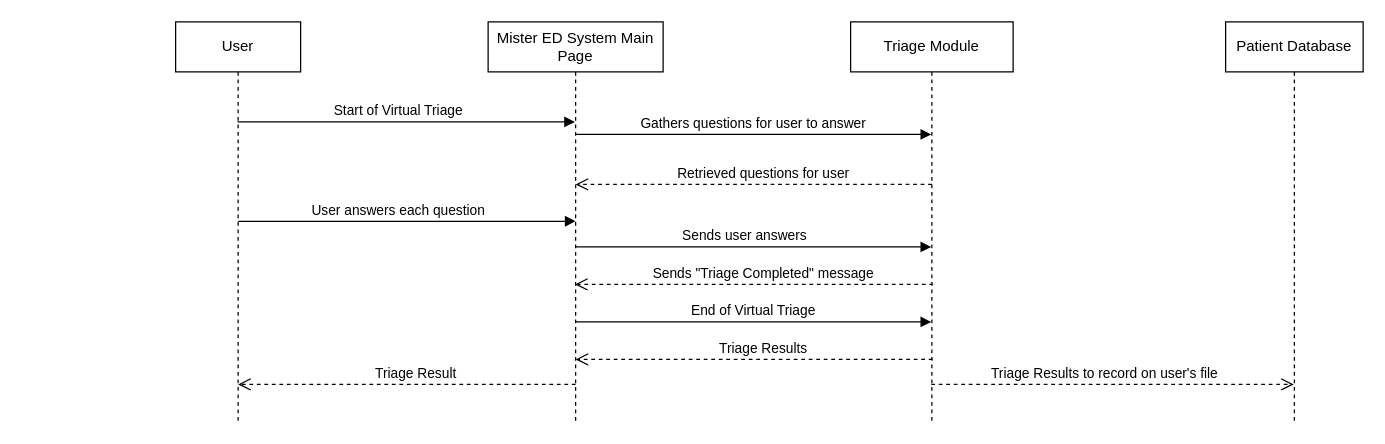
This is Untitled Diagram.drawio from uvic-teach/project-m1-team8, a draw.io file, before an edit. Source tidied: cells renumbered, new cells numbered last; positions are measured from the earlier drawing's top-left corner, leaving out a move shared by most shapes. Both pictures are drawn from the tidied source at 125%, with x=0, y=0 at pixel (175, 21).
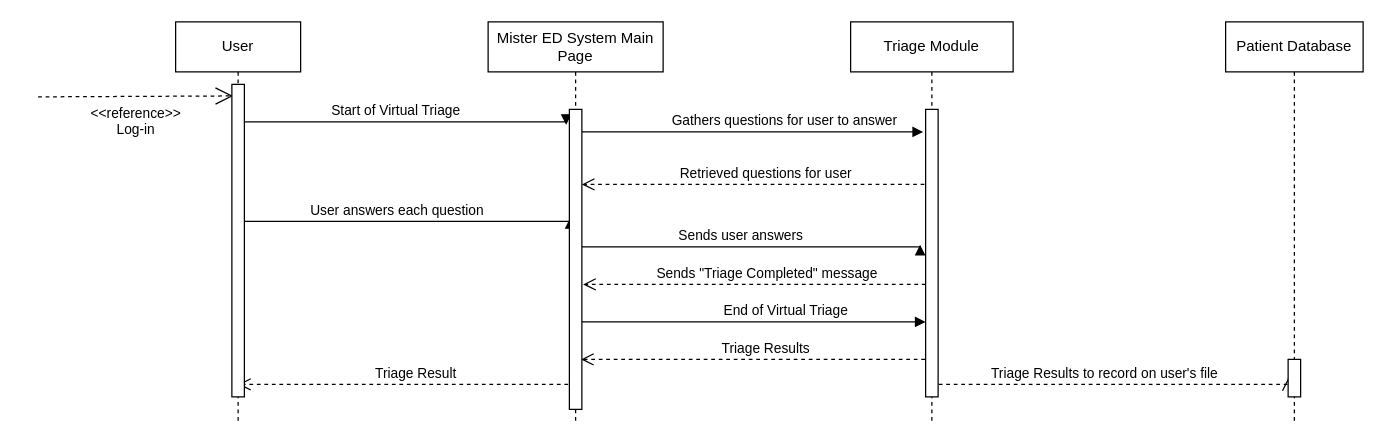
After the change.

The change refers to these unchanged cells:
```xml
<mxCell id="4" value="Triage Module" style="shape=umlLifeline;perimeter=lifelinePerimeter;whiteSpace=wrap;html=1;outlineConnect=0;portConstraint=eastwest;newEdgeStyle={&quot;edgeStyle&quot;:&quot;elbowEdgeStyle&quot;,&quot;elbow&quot;:&quot;vertical&quot;,&quot;curved&quot;:0,&quot;rounded&quot;:0};" parent="1" vertex="1">
  <mxGeometry x="540" width="130" height="320" as="geometry" />
</mxCell>
<mxCell id="5" value="User" style="shape=umlLifeline;perimeter=lifelinePerimeter;whiteSpace=wrap;html=1;outlineConnect=0;portConstraint=eastwest;newEdgeStyle={&quot;edgeStyle&quot;:&quot;elbowEdgeStyle&quot;,&quot;elbow&quot;:&quot;vertical&quot;,&quot;curved&quot;:0,&quot;rounded&quot;:0};" parent="1" vertex="1">
  <mxGeometry width="100" height="320" as="geometry" />
</mxCell>
<mxCell id="6" value="Patient Database" style="shape=umlLifeline;perimeter=lifelinePerimeter;whiteSpace=wrap;html=1;outlineConnect=0;portConstraint=eastwest;newEdgeStyle={&quot;edgeStyle&quot;:&quot;elbowEdgeStyle&quot;,&quot;elbow&quot;:&quot;vertical&quot;,&quot;curved&quot;:0,&quot;rounded&quot;:0};" parent="1" vertex="1">
  <mxGeometry x="840" width="110" height="320" as="geometry" />
</mxCell>
<mxCell id="9" value="Mister ED System Main Page" style="shape=umlLifeline;perimeter=lifelinePerimeter;whiteSpace=wrap;html=1;outlineConnect=0;portConstraint=eastwest;newEdgeStyle={&quot;edgeStyle&quot;:&quot;elbowEdgeStyle&quot;,&quot;elbow&quot;:&quot;vertical&quot;,&quot;curved&quot;:0,&quot;rounded&quot;:0};" parent="1" vertex="1">
  <mxGeometry x="250" width="140" height="320" as="geometry" />
</mxCell>
```

The edit, as a diff of the source:
```diff
@@
-    <mxCell id="2" value="Triage Results to record on user's file" style="html=1;verticalAlign=bottom;endArrow=open;dashed=1;endSize=8;edgeStyle=elbowEdgeStyle;elbow=vertical;curved=0;rounded=0;" parent="1" edge="1" target="6">
+    <mxCell id="2" value="Triage Results to record on user's file" style="html=1;verticalAlign=bottom;endArrow=open;dashed=1;endSize=8;edgeStyle=elbowEdgeStyle;elbow=vertical;curved=0;rounded=0;entryX=0;entryY=0.5;entryDx=0;entryDy=0;" parent="1" edge="1" target="20">
       <mxGeometry x="-0.05" relative="1" as="geometry">
         <mxPoint x="604.5" y="290" as="sourcePoint" />
         <Array as="points">
           <mxPoint x="760" y="290" />
           <mxPoint x="383.5" y="250" />
         </Array>
       </mxGeometry>
     </mxCell>
-    <mxCell id="3" value="Start of Virtual Triage" style="html=1;verticalAlign=bottom;endArrow=block;edgeStyle=elbowEdgeStyle;elbow=vertical;curved=0;rounded=0;" parent="1" edge="1" source="5" target="9">
+    <mxCell id="3" value="Start of Virtual Triage" style="html=1;verticalAlign=bottom;endArrow=block;edgeStyle=elbowEdgeStyle;elbow=vertical;curved=0;rounded=0;entryX=-0.26;entryY=0.052;entryDx=0;entryDy=0;entryPerimeter=0;" parent="1" edge="1" source="5" target="18">
       <mxGeometry x="-0.05" relative="1" as="geometry">
         <Array as="points">
-          <mxPoint x="150.5" y="80" />
+          <mxPoint x="290" y="80" />
         </Array>
       </mxGeometry>
     </mxCell>
@@
-    <mxCell id="7" value="Gathers questions for user to answer" style="html=1;verticalAlign=bottom;endArrow=block;edgeStyle=elbowEdgeStyle;elbow=vertical;curved=0;rounded=0;" parent="1" edge="1">
+    <mxCell id="7" value="Gathers questions for user to answer" style="html=1;verticalAlign=bottom;endArrow=block;edgeStyle=elbowEdgeStyle;elbow=vertical;curved=0;rounded=0;entryX=-0.2;entryY=0.078;entryDx=0;entryDy=0;entryPerimeter=0;" parent="1" edge="1" source="9" target="19">
       <mxGeometry x="0.19" relative="1" as="geometry">
-        <mxPoint x="391.5" y="90" as="sourcePoint" />
-        <mxPoint x="604.5" y="90" as="targetPoint" />
-        <Array as="points">
-          <mxPoint x="320" y="90" />
-        </Array>
         <mxPoint x="1" as="offset" />
       </mxGeometry>
     </mxCell>
-    <mxCell id="8" value="Triage Results" style="html=1;verticalAlign=bottom;endArrow=open;dashed=1;endSize=8;edgeStyle=elbowEdgeStyle;elbow=vertical;curved=0;rounded=0;" parent="1" edge="1">
+    <mxCell id="8" value="Triage Results" style="html=1;verticalAlign=bottom;endArrow=open;dashed=1;endSize=8;edgeStyle=elbowEdgeStyle;elbow=vertical;curved=0;rounded=0;entryX=0.531;entryY=0.843;entryDx=0;entryDy=0;entryPerimeter=0;" parent="1" edge="1" target="9">
       <mxGeometry x="-0.05" relative="1" as="geometry">
         <mxPoint x="605.5" y="270" as="sourcePoint" />
-        <mxPoint x="320" y="270" as="targetPoint" />
         <Array as="points">
           <mxPoint x="500.5" y="270" />
         </Array>
       </mxGeometry>
     </mxCell>
@@
-    <mxCell id="10" value="Triage Result" style="html=1;verticalAlign=bottom;endArrow=open;dashed=1;endSize=8;edgeStyle=elbowEdgeStyle;elbow=vertical;curved=0;rounded=0;" parent="1" edge="1">
+    <mxCell id="10" value="Triage Result" style="html=1;verticalAlign=bottom;endArrow=open;dashed=1;endSize=8;edgeStyle=elbowEdgeStyle;elbow=vertical;curved=0;rounded=0;entryX=0.5;entryY=0.96;entryDx=0;entryDy=0;entryPerimeter=0;" parent="1" edge="1" target="17">
       <mxGeometry x="-0.05" relative="1" as="geometry">
         <mxPoint x="320" y="290" as="sourcePoint" />
-        <mxPoint x="50" y="290" as="targetPoint" />
         <Array as="points">
           <mxPoint x="230.5" y="290" />
         </Array>
       </mxGeometry>
     </mxCell>
-    <mxCell id="11" value="End of Virtual Triage" style="html=1;verticalAlign=bottom;endArrow=block;edgeStyle=elbowEdgeStyle;elbow=vertical;curved=0;rounded=0;" parent="1" edge="1">
+    <mxCell id="11" value="End of Virtual Triage" style="html=1;verticalAlign=bottom;endArrow=block;edgeStyle=elbowEdgeStyle;elbow=vertical;curved=0;rounded=0;entryX=0;entryY=0.739;entryDx=0;entryDy=0;entryPerimeter=0;" parent="1" edge="1" source="9" target="19">
       <mxGeometry x="0.19" relative="1" as="geometry">
-        <mxPoint x="391.5" y="240" as="sourcePoint" />
-        <mxPoint x="604.5" y="240" as="targetPoint" />
         <Array as="points">
           <mxPoint x="320" y="240" />
         </Array>
         <mxPoint x="1" as="offset" />
       </mxGeometry>
     </mxCell>
-    <mxCell id="12" value="Retrieved questions for user" style="html=1;verticalAlign=bottom;endArrow=open;dashed=1;endSize=8;edgeStyle=elbowEdgeStyle;elbow=vertical;curved=0;rounded=0;" parent="1" edge="1">
+    <mxCell id="12" value="Retrieved questions for user" style="html=1;verticalAlign=bottom;endArrow=open;dashed=1;endSize=8;edgeStyle=elbowEdgeStyle;elbow=vertical;curved=0;rounded=0;entryX=1;entryY=0.25;entryDx=0;entryDy=0;" parent="1" edge="1" target="18">
       <mxGeometry x="-0.05" relative="1" as="geometry">
         <mxPoint x="605" y="130" as="sourcePoint" />
-        <mxPoint x="320" y="130" as="targetPoint" />
         <Array as="points">
           <mxPoint x="496" y="130" />
         </Array>
       </mxGeometry>
     </mxCell>
-    <mxCell id="13" value="User answers each question" style="html=1;verticalAlign=bottom;endArrow=block;edgeStyle=elbowEdgeStyle;elbow=vertical;curved=0;rounded=0;" parent="1" edge="1">
+    <mxCell id="13" value="User answers each question" style="html=1;verticalAlign=bottom;endArrow=block;edgeStyle=elbowEdgeStyle;elbow=vertical;curved=0;rounded=0;entryX=0.06;entryY=0.362;entryDx=0;entryDy=0;entryPerimeter=0;" parent="1" edge="1" target="18">
       <mxGeometry x="-0.05" relative="1" as="geometry">
         <mxPoint x="50" y="159.5" as="sourcePoint" />
-        <mxPoint x="320" y="159.5" as="targetPoint" />
         <Array as="points">
           <mxPoint x="150.5" y="159.5" />
         </Array>
       </mxGeometry>
     </mxCell>
-    <mxCell id="14" value="Sends user answers" style="html=1;verticalAlign=bottom;endArrow=block;edgeStyle=elbowEdgeStyle;elbow=vertical;curved=0;rounded=0;" parent="1" edge="1" target="4">
+    <mxCell id="14" value="Sends user answers" style="html=1;verticalAlign=bottom;endArrow=block;edgeStyle=elbowEdgeStyle;elbow=vertical;curved=0;rounded=0;entryX=-0.44;entryY=0.471;entryDx=0;entryDy=0;entryPerimeter=0;" parent="1" edge="1" target="19">
       <mxGeometry x="-0.05" relative="1" as="geometry">
         <mxPoint x="320" y="180" as="sourcePoint" />
         <Array as="points">
           <mxPoint x="420.5" y="180" />
         </Array>
       </mxGeometry>
     </mxCell>
-    <mxCell id="15" value="Sends &quot;Triage Completed&quot; message" style="html=1;verticalAlign=bottom;endArrow=open;dashed=1;endSize=8;edgeStyle=elbowEdgeStyle;elbow=vertical;curved=0;rounded=0;" parent="1" edge="1">
+    <mxCell id="15" value="Sends &quot;Triage Completed&quot; message" style="html=1;verticalAlign=bottom;endArrow=open;dashed=1;endSize=8;edgeStyle=elbowEdgeStyle;elbow=vertical;curved=0;rounded=0;entryX=1.1;entryY=0.582;entryDx=0;entryDy=0;entryPerimeter=0;" parent="1" edge="1" target="18">
       <mxGeometry x="-0.05" relative="1" as="geometry">
         <mxPoint x="606" y="210" as="sourcePoint" />
-        <mxPoint x="319.5" y="210" as="targetPoint" />
         <Array as="points">
           <mxPoint x="501" y="210" />
         </Array>
       </mxGeometry>
     </mxCell>
+    <mxCell id="16" value="&amp;lt;&amp;lt;reference&amp;gt;&amp;gt;&lt;br&gt;Log-in" style="edgeStyle=none;html=1;endArrow=open;endSize=12;dashed=1;verticalAlign=top;rounded=0;entryX=0.1;entryY=0.037;entryDx=0;entryDy=0;entryPerimeter=0;" parent="1" edge="1" target="17">
+      <mxGeometry relative="1" as="geometry">
+        <mxPoint x="-110" y="60" as="sourcePoint" />
+      </mxGeometry>
+    </mxCell>
+    <mxCell id="17" style="rounded=0;whiteSpace=wrap;html=1;" parent="1" vertex="1">
+      <mxGeometry x="45" y="50" width="10" height="250" as="geometry" />
+    </mxCell>
+    <mxCell id="18" style="rounded=0;whiteSpace=wrap;html=1;" parent="1" vertex="1">
+      <mxGeometry x="315" y="70" width="10" height="240" as="geometry" />
+    </mxCell>
+    <mxCell id="19" style="rounded=0;whiteSpace=wrap;html=1;" parent="1" vertex="1">
+      <mxGeometry x="600" y="70" width="10" height="230" as="geometry" />
+    </mxCell>
+    <mxCell id="20" style="rounded=0;whiteSpace=wrap;html=1;" parent="1" vertex="1">
+      <mxGeometry x="890" y="270" width="10" height="30" as="geometry" />
+    </mxCell>
```
